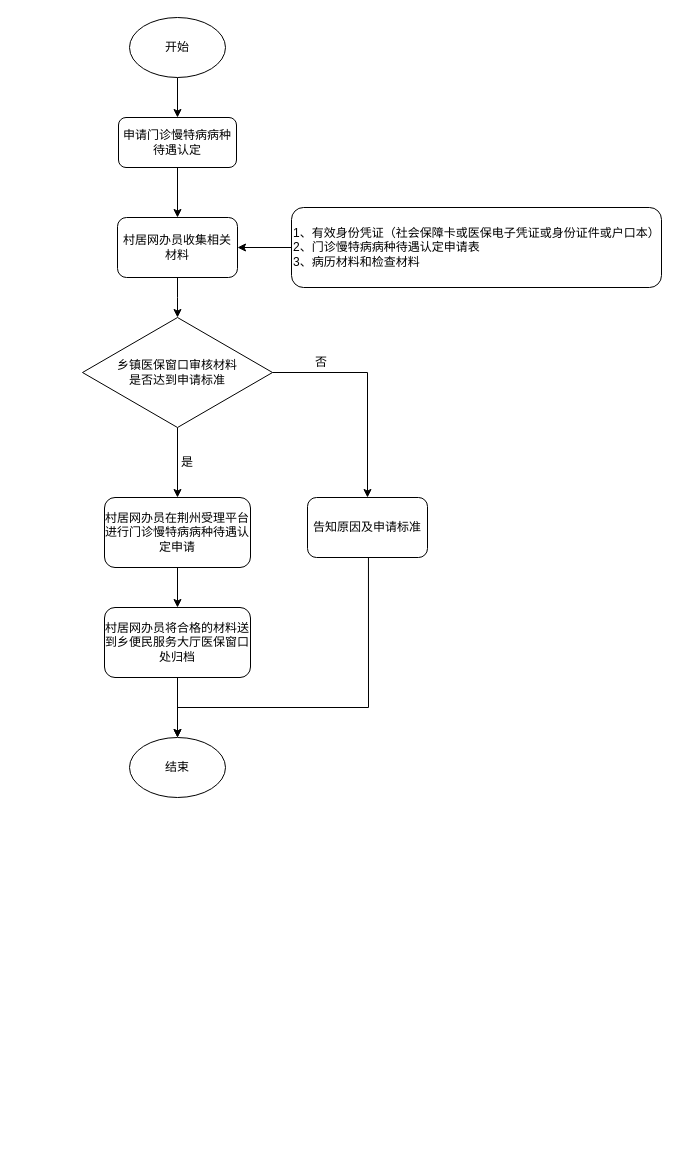
zouwei-0218/drawio keeps this draw.io diagram as 医保慢性病门诊申请流程图.drawio. Above is the earlier version. Source tidied: cells renumbered, new cells numbered last; positions are measured from the earlier drawing's top-left corner, leaving out a move shared by most shapes. Both pictures are drawn from the tidied source at 100%, with x=0, y=0 at pixel (82, 17).
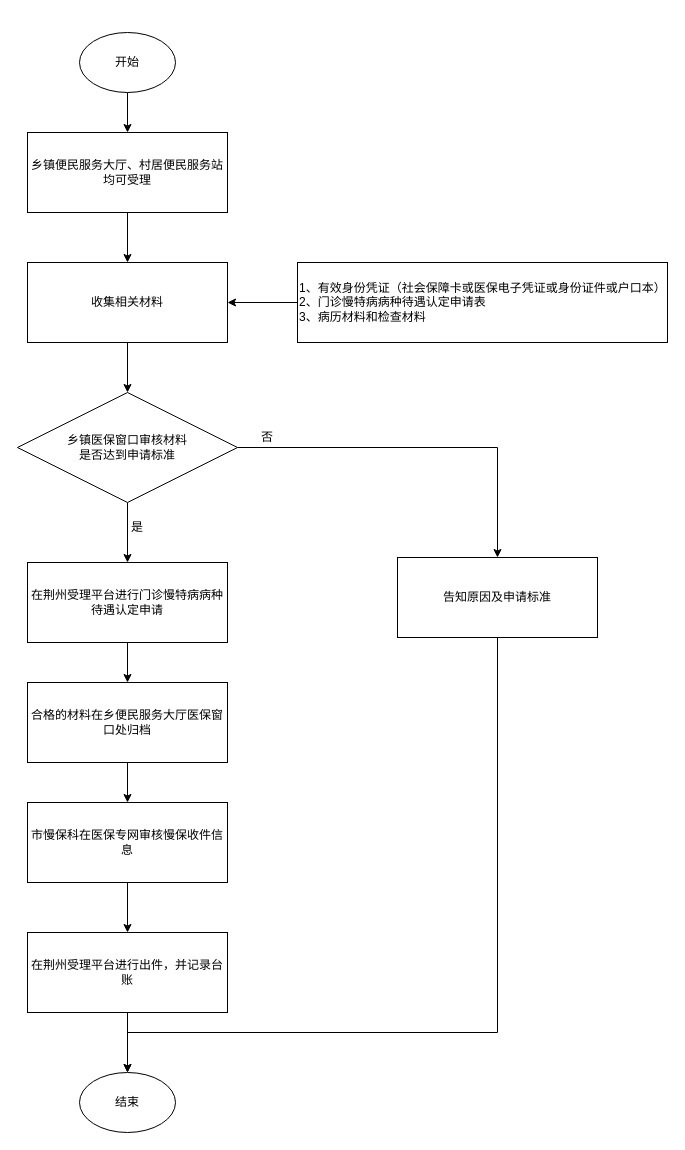
The same page after the edit.

Commit message:
更新医保慢性病门诊申请流程图.drawio

What changed in the source:
```diff
@@
-    <mxCell id="3" value="开始" style="ellipse;whiteSpace=wrap;html=1;" parent="1" vertex="1">
-      <mxGeometry x="47" width="96" height="60" as="geometry" />
+    <mxCell id="3" value="开始" style="ellipse;whiteSpace=wrap;html=1;flipV=1;" parent="1" vertex="1">
+      <mxGeometry x="-3" y="15" width="96" height="60" as="geometry" />
     </mxCell>
@@
-    <mxCell id="5" value="申请门诊慢特病病种待遇认定" style="rounded=1;whiteSpace=wrap;html=1;" parent="1" vertex="1">
-      <mxGeometry x="36" y="100" width="118" height="50" as="geometry" />
+    <mxCell id="5" value="乡镇便民服务大厅、村居便民服务站均可受理" style="rounded=0;whiteSpace=wrap;html=1;flipV=1;" parent="1" vertex="1">
+      <mxGeometry x="-55" y="115" width="200" height="80" as="geometry" />
     </mxCell>
-    <mxCell id="6" style="edgeStyle=orthogonalEdgeStyle;rounded=0;jettySize=auto;html=1;exitX=0.5;exitY=1;exitDx=0;exitDy=0;entryX=0.5;entryY=0;entryDx=0;entryDy=0;" parent="1" edge="1" source="7">
-      <mxGeometry relative="1" as="geometry">
-        <mxPoint x="95" y="300" as="targetPoint" />
-      </mxGeometry>
+    <mxCell id="6" style="edgeStyle=orthogonalEdgeStyle;rounded=0;jettySize=auto;html=1;exitX=0.5;exitY=1;exitDx=0;exitDy=0;entryX=0.5;entryY=0;entryDx=0;entryDy=0;" parent="1" edge="1" source="7" target="12">
+      <mxGeometry relative="1" as="geometry" />
     </mxCell>
-    <mxCell id="7" value="村居网办员收集相关材料" style="rounded=1;whiteSpace=wrap;html=1;" parent="1" vertex="1">
-      <mxGeometry x="35" y="200" width="120" height="60" as="geometry" />
+    <mxCell id="7" value="收集相关材料" style="rounded=0;whiteSpace=wrap;html=1;flipV=1;" parent="1" vertex="1">
+      <mxGeometry x="-55" y="245" width="200" height="80" as="geometry" />
     </mxCell>
@@
-    <mxCell id="9" value="&lt;div&gt;1、有效身份凭证（社会保障卡或医保电子凭证或身份证件或户口本）&lt;/div&gt;&lt;div&gt;2、门诊慢特病病种待遇认定申请表&lt;/div&gt;&lt;div&gt;3、病历材料和检查材料&lt;/div&gt;" style="rounded=1;whiteSpace=wrap;html=1;align=left;" parent="1" vertex="1">
-      <mxGeometry x="209" y="190" width="370" height="80" as="geometry" />
+    <mxCell id="9" value="&lt;div&gt;1、有效身份凭证（社会保障卡或医保电子凭证或身份证件或户口本）&lt;/div&gt;&lt;div&gt;2、门诊慢特病病种待遇认定申请表&lt;/div&gt;&lt;div&gt;3、病历材料和检查材料&lt;/div&gt;" style="rounded=0;whiteSpace=wrap;html=1;align=left;" parent="1" vertex="1">
+      <mxGeometry x="215" y="245" width="370" height="80" as="geometry" />
     </mxCell>
@@
-    <mxCell id="12" value="乡镇医保窗口审核材料&lt;br&gt;是否达到申请标准" style="rhombus;whiteSpace=wrap;html=1;" parent="1" vertex="1">
-      <mxGeometry y="300" width="190" height="110" as="geometry" />
+    <mxCell id="12" value="乡镇医保窗口审核材料&lt;br&gt;是否达到申请标准" style="rhombus;whiteSpace=wrap;html=1;flipV=1;" parent="1" vertex="1">
+      <mxGeometry x="-65" y="375" width="220" height="110" as="geometry" />
     </mxCell>
@@
-    <mxCell id="14" value="村居网办员在荆州受理平台进行门诊慢特病病种待遇认定申请" style="rounded=1;whiteSpace=wrap;html=1;" parent="1" vertex="1">
-      <mxGeometry x="22" y="480" width="146" height="70" as="geometry" />
+    <mxCell id="14" value="在荆州受理平台进行门诊慢特病病种待遇认定申请" style="rounded=0;whiteSpace=wrap;html=1;flipV=1;" parent="1" vertex="1">
+      <mxGeometry x="-55" y="545" width="200" height="80" as="geometry" />
     </mxCell>
     <mxCell id="15" value="是" style="text;html=1;strokeColor=none;fillColor=none;align=center;verticalAlign=middle;whiteSpace=wrap;rounded=0;" parent="1" vertex="1">
-      <mxGeometry x="75" y="430" width="60" height="30" as="geometry" />
+      <mxGeometry x="25" y="495" width="60" height="30" as="geometry" />
     </mxCell>
-    <mxCell id="16" style="edgeStyle=orthogonalEdgeStyle;rounded=0;jettySize=auto;html=1;entryX=0.5;entryY=0;entryDx=0;entryDy=0;exitX=0.508;exitY=0.917;exitDx=0;exitDy=0;exitPerimeter=0;" parent="1" edge="1" source="17" target="21">
+    <mxCell id="16" style="edgeStyle=orthogonalEdgeStyle;rounded=0;hachureGap=4;jettySize=auto;html=1;exitX=0.5;exitY=1;exitDx=0;exitDy=0;entryX=0.5;entryY=0;entryDx=0;entryDy=0;fontFamily=Architects Daughter;fontSize=16;" parent="1" edge="1" source="17" target="21">
       <mxGeometry relative="1" as="geometry">
         <Array as="points">
-          <mxPoint x="286" y="690" />
-          <mxPoint x="95" y="690" />
+          <mxPoint x="415" y="1015" />
+          <mxPoint x="45" y="1015" />
         </Array>
       </mxGeometry>
     </mxCell>
-    <mxCell id="17" value="告知原因及申请标准" style="rounded=1;whiteSpace=wrap;html=1;" parent="1" vertex="1">
-      <mxGeometry x="225" y="480" width="120" height="60" as="geometry" />
+    <mxCell id="17" value="告知原因及申请标准" style="rounded=0;whiteSpace=wrap;html=1;" parent="1" vertex="1">
+      <mxGeometry x="315" y="540" width="200" height="80" as="geometry" />
     </mxCell>
     <mxCell id="18" value="否" style="text;html=1;strokeColor=none;fillColor=none;align=center;verticalAlign=middle;whiteSpace=wrap;rounded=0;" parent="1" vertex="1">
-      <mxGeometry x="209" y="330" width="60" height="30" as="geometry" />
+      <mxGeometry x="155" y="405" width="60" height="30" as="geometry" />
     </mxCell>
-    <mxCell id="19" style="edgeStyle=orthogonalEdgeStyle;rounded=0;jettySize=auto;html=1;exitX=0.5;exitY=1;exitDx=0;exitDy=0;entryX=0.5;entryY=0;entryDx=0;entryDy=0;" parent="1" edge="1" source="20" target="21">
-      <mxGeometry relative="1" as="geometry" />
-    </mxCell>
+    <mxCell id="22" style="edgeStyle=orthogonalEdgeStyle;rounded=0;hachureGap=4;jettySize=auto;html=1;exitX=0.5;exitY=1;exitDx=0;exitDy=0;entryX=0.5;entryY=0;entryDx=0;entryDy=0;fontFamily=Architects Daughter;fontSize=16;" parent="1" edge="1" source="20" target="24">
+      <mxGeometry relative="1" as="geometry" />
+    </mxCell>
-    <mxCell id="20" value="村居网办员将合格的材料送到乡便民服务大厅医保窗口处归档" style="rounded=1;whiteSpace=wrap;html=1;" parent="1" vertex="1">
-      <mxGeometry x="22" y="590" width="146" height="70" as="geometry" />
+    <mxCell id="20" value="合格的材料在乡便民服务大厅医保窗口处归档" style="rounded=0;whiteSpace=wrap;html=1;flipV=1;" parent="1" vertex="1">
+      <mxGeometry x="-55" y="665" width="200" height="80" as="geometry" />
     </mxCell>
-    <mxCell id="21" value="结束" style="ellipse;whiteSpace=wrap;html=1;" parent="1" vertex="1">
-      <mxGeometry x="47" y="720" width="96" height="60" as="geometry" />
+    <mxCell id="21" value="结束" style="ellipse;whiteSpace=wrap;html=1;flipV=1;" parent="1" vertex="1">
+      <mxGeometry x="-3" y="1055" width="96" height="60" as="geometry" />
     </mxCell>
+    <mxCell id="23" style="edgeStyle=orthogonalEdgeStyle;rounded=0;hachureGap=4;jettySize=auto;html=1;exitX=0.5;exitY=1;exitDx=0;exitDy=0;entryX=0.5;entryY=0;entryDx=0;entryDy=0;fontFamily=Architects Daughter;fontSize=16;" parent="1" edge="1" source="24" target="26">
+      <mxGeometry relative="1" as="geometry" />
+    </mxCell>
+    <mxCell id="24" value="市慢保科在医保专网审核慢保收件信息" style="rounded=0;whiteSpace=wrap;html=1;flipV=1;" parent="1" vertex="1">
+      <mxGeometry x="-55" y="785" width="200" height="80" as="geometry" />
+    </mxCell>
+    <mxCell id="25" style="edgeStyle=orthogonalEdgeStyle;rounded=0;hachureGap=4;jettySize=auto;html=1;exitX=0.5;exitY=1;exitDx=0;exitDy=0;entryX=0.5;entryY=0;entryDx=0;entryDy=0;fontFamily=Architects Daughter;fontSize=16;" parent="1" edge="1" source="26" target="21">
+      <mxGeometry relative="1" as="geometry" />
+    </mxCell>
+    <mxCell id="26" value="在荆州受理平台进行出件，并记录台账" style="rounded=0;whiteSpace=wrap;html=1;flipV=1;" parent="1" vertex="1">
+      <mxGeometry x="-55" y="915" width="200" height="80" as="geometry" />
+    </mxCell>
```
